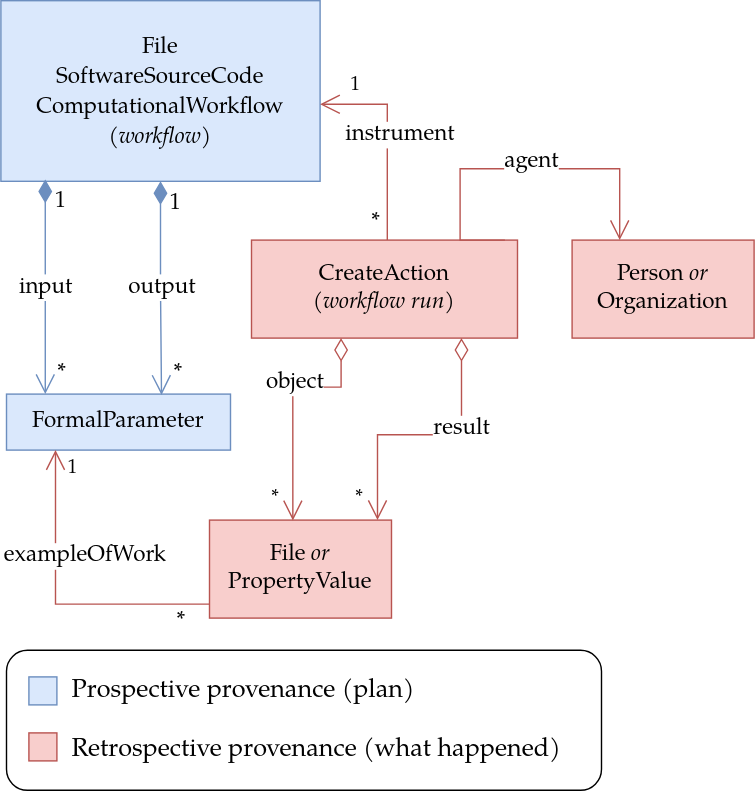
This is content/2023/phd/workflow-run-crate/wrroc-figure2.drawio.svg from stain/s11.no, a draw.io export, as it was before one commit. Source tidied: cells renumbered, new cells last; positions are measured from the earlier drawing's top-left corner, leaving out a move shared by most shapes.
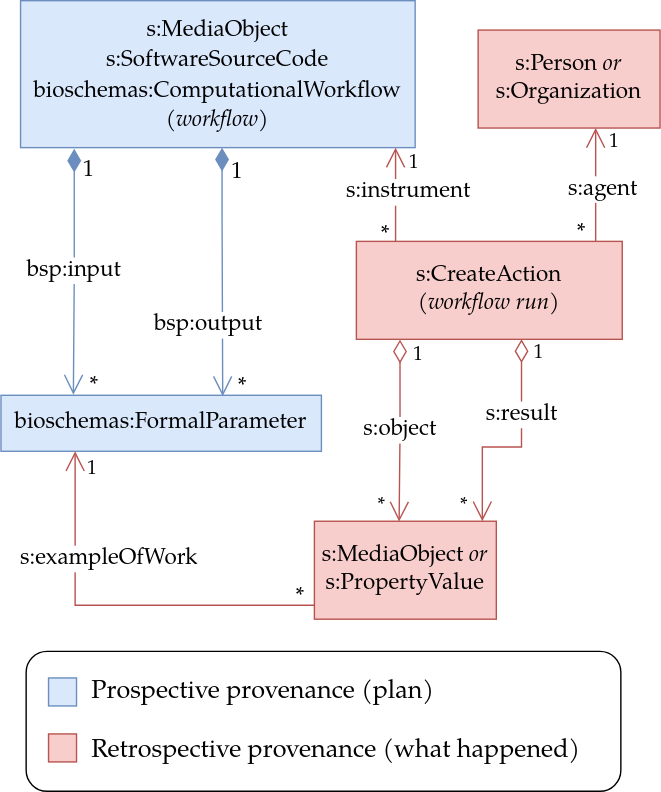
After the change.

What changed in the source:
```diff
@@ -2,81 +2,92 @@
   <root>
     <mxCell id="0" />
     <mxCell id="1" parent="0" />
-    <mxCell id="2" value="&lt;div style=&quot;font-size: 16px;&quot;&gt;&lt;font style=&quot;font-size: 16px;&quot; face=&quot;TeX Gyre Pagella&quot;&gt;File&lt;/font&gt;&lt;/div&gt;&lt;div style=&quot;font-size: 16px;&quot;&gt;&lt;font style=&quot;font-size: 16px;&quot; face=&quot;TeX Gyre Pagella&quot;&gt;SoftwareSourceCode&lt;/font&gt;&lt;/div&gt;&lt;div style=&quot;font-size: 16px;&quot;&gt;&lt;font style=&quot;font-size: 16px;&quot; face=&quot;TeX Gyre Pagella&quot;&gt;ComputationalWorkflow&lt;/font&gt;&lt;/div&gt;&lt;div style=&quot;font-size: 16px;&quot;&gt;&lt;font style=&quot;font-size: 16px;&quot; face=&quot;TeX Gyre Pagella&quot;&gt;&lt;i&gt;(workflow)&lt;/i&gt;&lt;/font&gt;&lt;font style=&quot;font-size: 16px;&quot;&gt;&lt;br&gt;&lt;/font&gt;&lt;/div&gt;" style="rounded=0;whiteSpace=wrap;html=1;fillColor=#dae8fc;strokeColor=#6c8ebf;" parent="1" vertex="1">
-      <mxGeometry width="228" height="129" as="geometry" />
+    <mxCell id="2" value="&lt;div style=&quot;font-size: 16px;&quot;&gt;&lt;font style=&quot;font-size: 16px;&quot; face=&quot;TeX Gyre Pagella&quot;&gt;s:MediaObject&lt;/font&gt;&lt;/div&gt;&lt;div style=&quot;font-size: 16px;&quot;&gt;&lt;font style=&quot;font-size: 16px;&quot; face=&quot;TeX Gyre Pagella&quot;&gt;s:SoftwareSourceCode&lt;/font&gt;&lt;/div&gt;&lt;div style=&quot;font-size: 16px;&quot;&gt;&lt;font style=&quot;font-size: 16px;&quot; face=&quot;TeX Gyre Pagella&quot;&gt;bioschemas:ComputationalWorkflow&lt;/font&gt;&lt;/div&gt;&lt;div style=&quot;font-size: 16px;&quot;&gt;&lt;font style=&quot;font-size: 16px;&quot; face=&quot;TeX Gyre Pagella&quot;&gt;&lt;i&gt;(workflow)&lt;/i&gt;&lt;/font&gt;&lt;font style=&quot;font-size: 16px;&quot;&gt;&lt;br&gt;&lt;/font&gt;&lt;/div&gt;" style="rounded=0;whiteSpace=wrap;html=1;fillColor=#dae8fc;strokeColor=#6c8ebf;" parent="1" vertex="1">
+      <mxGeometry y="-14" width="282" height="105" as="geometry" />
     </mxCell>
-    <mxCell id="3" value="&lt;div&gt;&lt;font size=&quot;3&quot; face=&quot;TeX Gyre Pagella&quot;&gt;FormalParameter&lt;/font&gt;&lt;/div&gt;" style="rounded=0;whiteSpace=wrap;html=1;fillColor=#dae8fc;strokeColor=#6c8ebf;" parent="1" vertex="1">
-      <mxGeometry x="4" y="281" width="160" height="40" as="geometry" />
+    <mxCell id="3" value="&lt;div&gt;&lt;font size=&quot;3&quot; face=&quot;TeX Gyre Pagella&quot;&gt;bioschemas:FormalParameter&lt;/font&gt;&lt;/div&gt;" style="rounded=0;whiteSpace=wrap;html=1;fillColor=#dae8fc;strokeColor=#6c8ebf;" parent="1" vertex="1">
+      <mxGeometry x="-14" y="268" width="229" height="40" as="geometry" />
     </mxCell>
-    <mxCell id="4" value="&lt;div&gt;&lt;font size=&quot;3&quot; face=&quot;TeX Gyre Pagella&quot;&gt;CreateAction&lt;/font&gt;&lt;/div&gt;&lt;div&gt;&lt;i&gt;&lt;font size=&quot;3&quot; face=&quot;TeX Gyre Pagella&quot;&gt;(workflow run)&lt;br&gt;&lt;/font&gt;&lt;/i&gt;&lt;/div&gt;" style="rounded=0;whiteSpace=wrap;html=1;fillColor=#f8cecc;strokeColor=#b85450;" parent="1" vertex="1">
-      <mxGeometry x="179" y="171" width="190" height="70" as="geometry" />
+    <mxCell id="4" value="&lt;div&gt;&lt;font size=&quot;3&quot; face=&quot;TeX Gyre Pagella&quot;&gt;s:CreateAction&lt;/font&gt;&lt;/div&gt;&lt;div&gt;&lt;i&gt;&lt;font size=&quot;3&quot; face=&quot;TeX Gyre Pagella&quot;&gt;(workflow run)&lt;br&gt;&lt;/font&gt;&lt;/i&gt;&lt;/div&gt;" style="rounded=0;whiteSpace=wrap;html=1;fillColor=#f8cecc;strokeColor=#b85450;" parent="1" vertex="1">
+      <mxGeometry x="240" y="158" width="190" height="70" as="geometry" />
     </mxCell>
-    <mxCell id="5" value="&lt;font size=&quot;3&quot; face=&quot;TeX Gyre Pagella&quot;&gt;Person &lt;i&gt;or&lt;/i&gt; Organization&lt;br&gt;&lt;/font&gt;" style="rounded=0;whiteSpace=wrap;html=1;fillColor=#f8cecc;strokeColor=#b85450;" parent="1" vertex="1">
-      <mxGeometry x="408" y="171" width="130" height="70" as="geometry" />
+    <mxCell id="5" value="&lt;font size=&quot;3&quot; face=&quot;TeX Gyre Pagella&quot;&gt;s:Person &lt;i&gt;or&lt;/i&gt; s:Organization&lt;br&gt;&lt;/font&gt;" style="rounded=0;whiteSpace=wrap;html=1;fillColor=#f8cecc;strokeColor=#b85450;" parent="1" vertex="1">
+      <mxGeometry x="327" y="7" width="130" height="70" as="geometry" />
     </mxCell>
-    <mxCell id="6" value="&lt;font size=&quot;3&quot; face=&quot;TeX Gyre Pagella&quot;&gt;File &lt;i&gt;or&lt;/i&gt; PropertyValue&lt;br&gt;&lt;/font&gt;" style="rounded=0;whiteSpace=wrap;html=1;fillColor=#f8cecc;strokeColor=#b85450;" parent="1" vertex="1">
-      <mxGeometry x="149" y="371" width="130" height="70" as="geometry" />
+    <mxCell id="6" value="&lt;font size=&quot;3&quot; face=&quot;TeX Gyre Pagella&quot;&gt;s:MediaObject &lt;i&gt;or&lt;/i&gt; s:PropertyValue&lt;br&gt;&lt;/font&gt;" style="rounded=0;whiteSpace=wrap;html=1;fillColor=#f8cecc;strokeColor=#b85450;" parent="1" vertex="1">
+      <mxGeometry x="210" y="358" width="130" height="70" as="geometry" />
     </mxCell>
-    <mxCell id="7" value="&lt;div&gt;&lt;font size=&quot;3&quot; face=&quot;TeX Gyre Pagella&quot;&gt;input&lt;/font&gt;&lt;/div&gt;" style="endArrow=open;html=1;endSize=12;startArrow=diamondThin;startSize=14;startFill=1;edgeStyle=orthogonalEdgeStyle;rounded=0;exitX=0.139;exitY=0.99;exitDx=0;exitDy=0;fillColor=#dae8fc;strokeColor=#6c8ebf;exitPerimeter=0;" parent="1" edge="1" source="2" target="3">
-      <mxGeometry relative="1" as="geometry">
-        <Array as="points">
-          <mxPoint x="32" y="238" />
-          <mxPoint x="32" y="238" />
-        </Array>
-      </mxGeometry>
+    <mxCell id="7" value="&lt;font size=&quot;3&quot; face=&quot;TeX Gyre Pagella&quot;&gt;bsp:input&lt;/font&gt;" style="endArrow=open;html=1;endSize=12;startArrow=diamondThin;startSize=14;startFill=1;edgeStyle=orthogonalEdgeStyle;rounded=0;fillColor=#dae8fc;strokeColor=#6c8ebf;entryX=0.226;entryY=-0.012;entryDx=0;entryDy=0;entryPerimeter=0;exitX=0.136;exitY=1.008;exitDx=0;exitDy=0;exitPerimeter=0;" parent="1" edge="1" source="2" target="3">
+      <mxGeometry relative="1" as="geometry" />
     </mxCell>
     <mxCell id="8" value="&lt;font style=&quot;font-size: 16px;&quot; face=&quot;TeX Gyre Pagella&quot;&gt;1&lt;/font&gt;" style="edgeLabel;html=1;align=left;verticalAlign=top;" parent="7" vertex="1">
       <mxGeometry x="-1" relative="1" as="geometry">
         <mxPoint x="5" as="offset" />
       </mxGeometry>
     </mxCell>
-    <mxCell id="9" value="&lt;font style=&quot;font-size: 16px;&quot;&gt;*&lt;/font&gt;" style="edgeLabel;html=1;align=right;verticalAlign=top;fontFamily=TeX Gyre Pagella;fontSource=https%3A%2F%2Ffonts.googleapis.com%2Fcss%3Ffamily%3DTeX%2BGyre%2BPagella;fontSize=14;" parent="7" vertex="1">
+    <mxCell id="9" value="&lt;font style=&quot;font-size: 16px;&quot;&gt;*&lt;/font&gt;" style="edgeLabel;html=1;align=right;verticalAlign=top;fontFamily=TeX Gyre Pagella;fontSource=https%3A%2F%2Ffonts.googleapis.com%2Fcss%3Ffamily%3DTeX%2BGyre%2BPagella;fontSize=14;labelBackgroundColor=none;" parent="7" vertex="1">
       <mxGeometry x="1" relative="1" as="geometry">
-        <mxPoint x="15" y="-30" as="offset" />
+        <mxPoint x="18" y="-21" as="offset" />
       </mxGeometry>
     </mxCell>
-    <mxCell id="10" value="&lt;div&gt;&lt;font size=&quot;3&quot; face=&quot;TeX Gyre Pagella&quot;&gt;instrument&lt;/font&gt;&lt;/div&gt;" style="endArrow=open;html=1;endSize=12;startArrow=none;startSize=14;startFill=0;edgeStyle=orthogonalEdgeStyle;rounded=0;fillColor=#f8cecc;strokeColor=#b85450;" parent="1" edge="1" source="4" target="2">
+    <mxCell id="10" value="&lt;div&gt;&lt;font size=&quot;3&quot; face=&quot;TeX Gyre Pagella&quot;&gt;s:instrument&lt;/font&gt;&lt;/div&gt;" style="endArrow=open;html=1;endSize=12;startArrow=none;startSize=14;startFill=0;edgeStyle=orthogonalEdgeStyle;rounded=0;fillColor=#f8cecc;strokeColor=#b85450;" parent="1" edge="1" source="4" target="2">
       <mxGeometry x="0.03" y="-9" relative="1" as="geometry">
         <Array as="points">
-          <mxPoint x="276" y="74" />
+          <mxPoint x="268" y="124" />
+          <mxPoint x="268" y="124" />
         </Array>
       </mxGeometry>
     </mxCell>
-    <mxCell id="11" value="&lt;font style=&quot;font-size: 16px;&quot; face=&quot;TeX Gyre Pagella&quot;&gt;*&lt;/font&gt;" style="edgeLabel;html=1;align=left;verticalAlign=top;" parent="10" vertex="1">
+    <mxCell id="11" value="&lt;font face=&quot;TeX Gyre Pagella&quot; style=&quot;font-size: 16px;&quot;&gt;*&lt;/font&gt;" style="edgeLabel;html=1;align=left;verticalAlign=top;labelBackgroundColor=none;" parent="10" vertex="1">
       <mxGeometry x="-1" relative="1" as="geometry">
-        <mxPoint x="-13" y="-28" as="offset" />
+        <mxPoint x="-12" y="-20" as="offset" />
       </mxGeometry>
     </mxCell>
     <mxCell id="12" value="1" style="edgeLabel;html=1;align=right;verticalAlign=top;fontFamily=TeX Gyre Pagella;fontSource=https%3A%2F%2Ffonts.googleapis.com%2Fcss%3Ffamily%3DTeX%2BGyre%2BPagella;fontSize=14;" parent="10" vertex="1">
       <mxGeometry x="1" relative="1" as="geometry">
-        <mxPoint x="29" y="-28" as="offset" />
+        <mxPoint x="17" y="-3" as="offset" />
       </mxGeometry>
     </mxCell>
+    <mxCell id="28" value="&lt;font face=&quot;TeX Gyre Pagella&quot; style=&quot;font-size: 16px;&quot;&gt;*&lt;/font&gt;" style="edgeLabel;html=1;align=left;verticalAlign=top;labelBackgroundColor=none;" parent="10" vertex="1">
+      <mxGeometry x="-1" relative="1" as="geometry">
+        <mxPoint x="128" y="-21" as="offset" />
+      </mxGeometry>
+    </mxCell>
+    <mxCell id="29" value="1" style="edgeLabel;html=1;align=right;verticalAlign=top;fontFamily=TeX Gyre Pagella;fontSource=https%3A%2F%2Ffonts.googleapis.com%2Fcss%3Ffamily%3DTeX%2BGyre%2BPagella;fontSize=14;" parent="10" vertex="1">
+      <mxGeometry x="1" relative="1" as="geometry">
+        <mxPoint x="160" y="-18" as="offset" />
+      </mxGeometry>
+    </mxCell>
+    <mxCell id="30" value="1" style="edgeLabel;html=1;align=right;verticalAlign=top;fontFamily=TeX Gyre Pagella;fontSource=https%3A%2F%2Ffonts.googleapis.com%2Fcss%3Ffamily%3DTeX%2BGyre%2BPagella;fontSize=14;" parent="10" vertex="1">
+      <mxGeometry x="1" relative="1" as="geometry">
+        <mxPoint x="106" y="133" as="offset" />
+      </mxGeometry>
+    </mxCell>
+    <mxCell id="31" value="1" style="edgeLabel;html=1;align=right;verticalAlign=top;fontFamily=TeX Gyre Pagella;fontSource=https%3A%2F%2Ffonts.googleapis.com%2Fcss%3Ffamily%3DTeX%2BGyre%2BPagella;fontSize=14;" parent="10" vertex="1">
+      <mxGeometry x="1" relative="1" as="geometry">
+        <mxPoint x="20" y="134" as="offset" />
+      </mxGeometry>
+    </mxCell>
-    <mxCell id="13" value="&lt;div&gt;&lt;font size=&quot;3&quot; face=&quot;TeX Gyre Pagella&quot;&gt;object&lt;/font&gt;&lt;/div&gt;" style="endArrow=open;html=1;endSize=12;startArrow=diamondThin;startSize=14;startFill=0;edgeStyle=orthogonalEdgeStyle;rounded=0;fillColor=#f8cecc;strokeColor=#b85450;entryX=0.458;entryY=0.003;entryDx=0;entryDy=0;entryPerimeter=0;" parent="1" edge="1" target="6">
-      <mxGeometry x="-0.17" y="-3" relative="1" as="geometry">
-        <mxPoint x="243" y="241" as="sourcePoint" />
-        <Array as="points">
-          <mxPoint x="243" y="276" />
-          <mxPoint x="209" y="276" />
-          <mxPoint x="209" y="371" />
-        </Array>
+    <mxCell id="13" value="&lt;div&gt;&lt;font size=&quot;3&quot; face=&quot;TeX Gyre Pagella&quot;&gt;s:object&lt;/font&gt;&lt;/div&gt;" style="endArrow=open;html=1;endSize=12;startArrow=diamondThin;startSize=14;startFill=0;edgeStyle=orthogonalEdgeStyle;rounded=0;fillColor=#f8cecc;strokeColor=#b85450;entryX=0.458;entryY=0.003;entryDx=0;entryDy=0;entryPerimeter=0;exitX=0.164;exitY=1.003;exitDx=0;exitDy=0;exitPerimeter=0;" parent="1" edge="1" source="4">
+      <mxGeometry relative="1" as="geometry">
+        <mxPoint x="270.5" y="358.2" as="targetPoint" />
       </mxGeometry>
     </mxCell>
-    <mxCell id="14" value="*" style="edgeLabel;html=1;align=right;verticalAlign=top;fontFamily=TeX Gyre Pagella;fontSource=https%3A%2F%2Ffonts.googleapis.com%2Fcss%3Ffamily%3DTeX%2BGyre%2BPagella;fontSize=14;" parent="13" vertex="1">
+    <mxCell id="14" value="*" style="edgeLabel;html=1;align=right;verticalAlign=top;fontFamily=TeX Gyre Pagella;fontSource=https%3A%2F%2Ffonts.googleapis.com%2Fcss%3Ffamily%3DTeX%2BGyre%2BPagella;fontSize=14;labelBackgroundColor=none;" parent="13" vertex="1">
       <mxGeometry x="1" relative="1" as="geometry">
-        <mxPoint x="-10" y="-30" as="offset" />
+        <mxPoint x="-10" y="-25" as="offset" />
       </mxGeometry>
     </mxCell>
-    <mxCell id="15" value="&lt;div&gt;&lt;font size=&quot;3&quot; face=&quot;TeX Gyre Pagella&quot;&gt;exampleOfWork&lt;/font&gt;&lt;/div&gt;" style="endArrow=open;html=1;endSize=12;startArrow=none;startSize=14;startFill=0;edgeStyle=orthogonalEdgeStyle;rounded=0;fillColor=#f8cecc;strokeColor=#b85450;" parent="1" edge="1" source="6" target="3">
-      <mxGeometry x="0.31" y="-21" relative="1" as="geometry">
+    <mxCell id="15" value="&lt;div&gt;&lt;font size=&quot;3&quot; face=&quot;TeX Gyre Pagella&quot;&gt;s:exampleOfWork&lt;/font&gt;&lt;/div&gt;" style="endArrow=open;html=1;endSize=12;startArrow=none;startSize=14;startFill=0;edgeStyle=orthogonalEdgeStyle;rounded=0;fillColor=#f8cecc;strokeColor=#b85450;" parent="1" edge="1" source="6" target="3">
+      <mxGeometry x="0.45" y="-24" relative="1" as="geometry">
         <Array as="points">
-          <mxPoint x="39" y="431" />
+          <mxPoint x="39" y="418" />
         </Array>
       </mxGeometry>
     </mxCell>
-    <mxCell id="16" value="&lt;font style=&quot;font-size: 16px;&quot; face=&quot;TeX Gyre Pagella&quot;&gt;*&lt;/font&gt;" style="edgeLabel;html=1;align=left;verticalAlign=top;" parent="15" vertex="1">
+    <mxCell id="16" value="&lt;font face=&quot;TeX Gyre Pagella&quot; style=&quot;font-size: 16px;&quot;&gt;*&lt;/font&gt;" style="edgeLabel;html=1;align=left;verticalAlign=top;labelBackgroundColor=none;" parent="15" vertex="1">
       <mxGeometry x="-1" relative="1" as="geometry">
-        <mxPoint x="-25" y="-3" as="offset" />
+        <mxPoint x="-15" y="-21" as="offset" />
       </mxGeometry>
     </mxCell>
     <mxCell id="17" value="1" style="edgeLabel;html=1;align=right;verticalAlign=top;fontFamily=TeX Gyre Pagella;fontSource=https%3A%2F%2Ffonts.googleapis.com%2Fcss%3Ffamily%3DTeX%2BGyre%2BPagella;fontSize=14;" parent="15" vertex="1">
@@ -84,18 +95,16 @@
         <mxPoint x="16" y="-1" as="offset" />
       </mxGeometry>
     </mxCell>
-    <mxCell id="18" value="&lt;div&gt;&lt;font size=&quot;3&quot; face=&quot;TeX Gyre Pagella&quot;&gt;agent&lt;/font&gt;&lt;/div&gt;" style="endArrow=open;html=1;endSize=12;startArrow=none;startSize=14;startFill=0;edgeStyle=orthogonalEdgeStyle;rounded=0;fillColor=#f8cecc;strokeColor=#b85450;" parent="1" edge="1" target="5">
-      <mxGeometry x="0.08" y="5" relative="1" as="geometry">
-        <mxPoint x="360" y="171" as="sourcePoint" />
+    <mxCell id="18" value="&lt;div&gt;&lt;font size=&quot;3&quot; face=&quot;TeX Gyre Pagella&quot;&gt;s:agent&lt;/font&gt;&lt;/div&gt;" style="endArrow=open;html=1;endSize=12;startArrow=none;startSize=14;startFill=0;edgeStyle=orthogonalEdgeStyle;rounded=0;fillColor=#f8cecc;strokeColor=#b85450;" parent="1" edge="1" source="4" target="5">
+      <mxGeometry x="-0.08" y="-5" relative="1" as="geometry">
         <Array as="points">
-          <mxPoint x="328" y="171" />
-          <mxPoint x="328" y="120" />
-          <mxPoint x="442" y="120" />
+          <mxPoint x="411" y="90" />
+          <mxPoint x="411" y="90" />
         </Array>
       </mxGeometry>
     </mxCell>
     <mxCell id="19" style="group;" parent="1" vertex="1">
-      <mxGeometry x="4" y="464" width="425" height="100" as="geometry" />
+      <mxGeometry x="4" y="451" width="425" height="100" as="geometry" />
     </mxCell>
     <mxCell id="20" value="&lt;div style=&quot;font-size: 18px;&quot; align=&quot;left&quot;&gt;&lt;p&gt;&lt;font style=&quot;font-size: 18px;&quot; face=&quot;TeX Gyre Pagella&quot;&gt;&lt;span style=&quot;white-space: pre;&quot;&gt;&#9; &lt;/span&gt; Prospective provenance (plan)&lt;/font&gt;&lt;/p&gt;&lt;/div&gt;&lt;div style=&quot;font-size: 18px;&quot; align=&quot;left&quot;&gt;&lt;p&gt;&lt;font style=&quot;font-size: 18px;&quot; face=&quot;TeX Gyre Pagella&quot;&gt;&lt;span style=&quot;white-space: pre;&quot;&gt;&#9;&lt;/span&gt;&amp;nbsp; Retrospective provenance (what happened)&lt;br&gt;&lt;/font&gt;&lt;/p&gt;&lt;/div&gt;" style="rounded=1;whiteSpace=wrap;html=1;align=left;" parent="19" vertex="1">
       <mxGeometry width="425" height="100" as="geometry" />
@@ -106,30 +115,35 @@
     <mxCell id="22" style="rounded=0;whiteSpace=wrap;html=1;fillColor=#dae8fc;strokeColor=#6c8ebf;" parent="19" vertex="1">
       <mxGeometry x="16" y="19" width="20" height="20" as="geometry" />
     </mxCell>
-    <mxCell id="23" value="&lt;font size=&quot;3&quot; face=&quot;TeX Gyre Pagella&quot;&gt;result&lt;/font&gt;" style="endArrow=open;html=1;endSize=12;startArrow=diamondThin;startSize=14;startFill=0;edgeStyle=orthogonalEdgeStyle;rounded=0;fillColor=#f8cecc;strokeColor=#b85450;" parent="1" edge="1" source="4" target="6">
+    <mxCell id="23" value="&lt;font size=&quot;3&quot; face=&quot;TeX Gyre Pagella&quot;&gt;s:result&lt;/font&gt;" style="endArrow=open;html=1;endSize=12;startArrow=diamondThin;startSize=14;startFill=0;edgeStyle=orthogonalEdgeStyle;rounded=0;fillColor=#f8cecc;strokeColor=#b85450;" parent="1" edge="1" source="4" target="6">
       <mxGeometry x="-0.32" relative="1" as="geometry">
         <Array as="points">
-          <mxPoint x="329" y="310" />
-          <mxPoint x="269" y="310" />
+          <mxPoint x="358" y="305" />
+          <mxPoint x="330" y="305" />
         </Array>
       </mxGeometry>
     </mxCell>
-    <mxCell id="24" value="*" style="edgeLabel;html=1;align=right;verticalAlign=top;fontFamily=TeX Gyre Pagella;fontSource=https%3A%2F%2Ffonts.googleapis.com%2Fcss%3Ffamily%3DTeX%2BGyre%2BPagella;fontSize=14;" parent="23" vertex="1">
+    <mxCell id="24" value="*" style="edgeLabel;html=1;align=right;verticalAlign=top;fontFamily=TeX Gyre Pagella;fontSource=https%3A%2F%2Ffonts.googleapis.com%2Fcss%3Ffamily%3DTeX%2BGyre%2BPagella;fontSize=14;labelBackgroundColor=none;" parent="23" vertex="1">
       <mxGeometry x="1" relative="1" as="geometry">
-        <mxPoint x="-10" y="-30" as="offset" />
+        <mxPoint x="-10" y="-25" as="offset" />
       </mxGeometry>
     </mxCell>
-    <mxCell id="25" value="&lt;font size=&quot;3&quot; face=&quot;TeX Gyre Pagella&quot;&gt;output&lt;br&gt;&lt;/font&gt;" style="endArrow=open;html=1;endSize=12;startArrow=diamondThin;startSize=14;startFill=1;edgeStyle=orthogonalEdgeStyle;rounded=0;entryX=0.692;entryY=0.015;entryDx=0;entryDy=0;fillColor=#dae8fc;strokeColor=#6c8ebf;entryPerimeter=0;" parent="1" edge="1" source="2" target="3">
-      <mxGeometry relative="1" as="geometry" />
+    <mxCell id="25" value="&lt;font size=&quot;3&quot; face=&quot;TeX Gyre Pagella&quot;&gt;bsp:output&lt;br&gt;&lt;/font&gt;" style="endArrow=open;html=1;endSize=12;startArrow=diamondThin;startSize=14;startFill=1;edgeStyle=orthogonalEdgeStyle;rounded=0;entryX=0.692;entryY=0.015;entryDx=0;entryDy=0;fillColor=#dae8fc;strokeColor=#6c8ebf;entryPerimeter=0;" parent="1" edge="1" source="2" target="3">
+      <mxGeometry x="0.43" y="-10" relative="1" as="geometry">
+        <Array as="points">
+          <mxPoint x="144" y="138" />
+          <mxPoint x="144" y="138" />
+        </Array>
+      </mxGeometry>
     </mxCell>
     <mxCell id="26" value="&lt;font style=&quot;font-size: 16px;&quot; face=&quot;TeX Gyre Pagella&quot;&gt;1&lt;/font&gt;" style="edgeLabel;html=1;align=left;verticalAlign=top;" parent="25" vertex="1">
       <mxGeometry x="-1" relative="1" as="geometry">
-        <mxPoint x="5" as="offset" />
+        <mxPoint x="5" y="2" as="offset" />
       </mxGeometry>
     </mxCell>
-    <mxCell id="27" value="&lt;font style=&quot;font-size: 16px;&quot;&gt;*&lt;/font&gt;" style="edgeLabel;html=1;align=right;verticalAlign=top;fontFamily=TeX Gyre Pagella;fontSource=https%3A%2F%2Ffonts.googleapis.com%2Fcss%3Ffamily%3DTeX%2BGyre%2BPagella;fontSize=14;" parent="25" vertex="1">
+    <mxCell id="27" value="&lt;font style=&quot;font-size: 16px;&quot;&gt;*&lt;/font&gt;" style="edgeLabel;html=1;align=right;verticalAlign=top;fontFamily=TeX Gyre Pagella;fontSource=https%3A%2F%2Ffonts.googleapis.com%2Fcss%3Ffamily%3DTeX%2BGyre%2BPagella;fontSize=14;labelBackgroundColor=none;" parent="25" vertex="1">
       <mxGeometry x="1" relative="1" as="geometry">
-        <mxPoint x="15" y="-30" as="offset" />
+        <mxPoint x="18" y="-22" as="offset" />
       </mxGeometry>
     </mxCell>
   </root>
```
